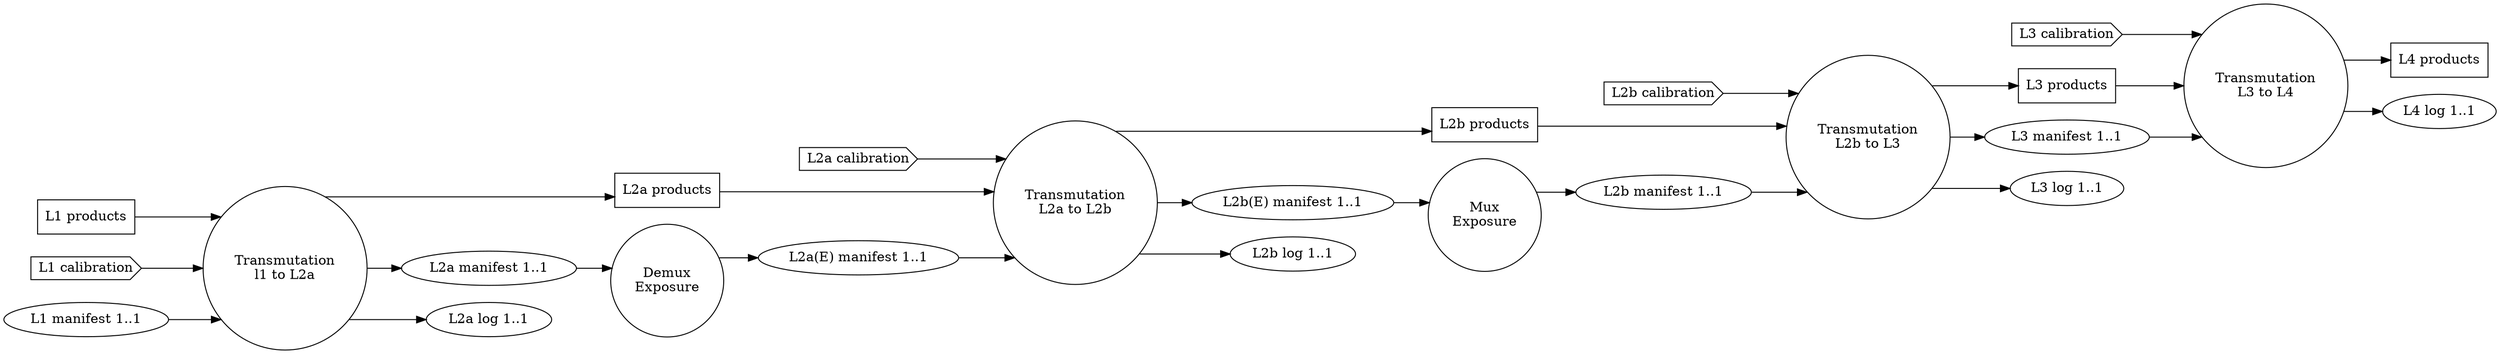
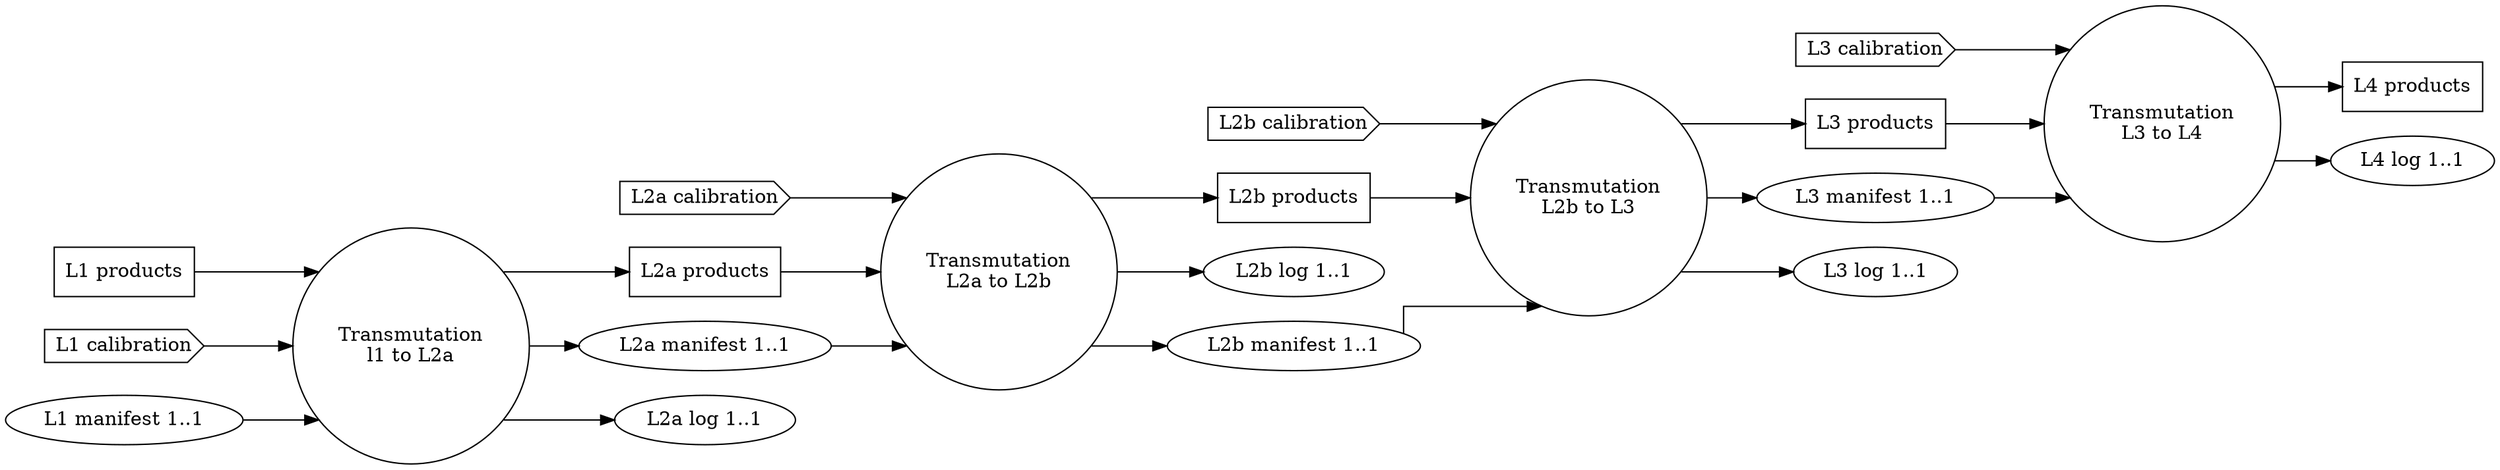
digraph AbstractDesign
{
  graph [splines="ortho", rankdir=LR];

  l1_l2a [label="Transmutation\nl1 to L2a", shape="circle"];
-   l2a_demux [label="Demux\nExposure" shape="circle"];
  l2a_l2b [label="Transmutation\nL2a to L2b", shape="circle"];
-   l2b_mux [label="Mux\nExposure", shape="circle"];
  l2b_l3 [label="Transmutation\nL2b to L3", shape="circle"];
  l3_l4 [label="Transmutation\nL3 to L4", shape="circle"];

  l1_data [label="L1 products", shape="rectangle"];
  l1_cal [label="L1 calibration", shape="cds"];
  l1_man [label="L1 manifest 1..1", shape="ellipse"];

  l2a_data [label="L2a products", shape="rectangle"];
  l2a_cal [label="L2a calibration", shape="cds"];
  l2a_man [label="L2a manifest 1..1", shape="ellipse"];
  l2a_log [label="L2a log 1..1", shape="ellipse"];

-   l2a_man_demux [label="L2a(E) manifest 1..1", shape="ellipse"];
- 
  l2b_data [label="L2b products", shape="rectangle"];
  l2b_cal [label="L2b calibration", shape="cds"];
-   l2b_man_demux [label="L2b(E) manifest 1..1", shape="ellipse"];
  l2b_log [label="L2b log 1..1", shape="ellipse"];

  l2b_man [label="L2b manifest 1..1", shape="ellipse"];

  l3_data [label="L3 products", shape="rectangle"];
  l3_cal [label="L3 calibration", shape="cds"];
  l3_man [label="L3 manifest 1..1", shape="ellipse"];
  l3_log [label="L3 log 1..1", shape="ellipse"];

  l4_data [label="L4 products", shape="rectangle"];
  l4_log [label="L4 log 1..1", shape="ellipse"];

  l1_cal -> l1_l2a;
  l1_data -> l1_l2a;
  l1_man -> l1_l2a;
  l1_l2a -> l2a_data;
  l1_l2a -> l2a_man;
  l1_l2a -> l2a_log;

  l2a_cal -> l2a_l2b;
  l2a_data -> l2a_l2b;

-   l2a_man -> l2a_demux;
-   l2a_demux -> l2a_man_demux;
-   l2a_man_demux -> l2a_l2b;
+   l2a_man -> l2a_l2b;

  l2a_l2b -> l2b_data;
-   l2a_l2b -> l2b_man_demux;
+   l2a_l2b -> l2b_man;
  l2a_l2b -> l2b_log;
- 
-   l2b_man_demux -> l2b_mux;
-   l2b_mux -> l2b_man;

  l2b_cal -> l2b_l3;
  l2b_data -> l2b_l3;
  l2b_man -> l2b_l3;
  l2b_l3 -> l3_data;
  l2b_l3 -> l3_man;
  l2b_l3 -> l3_log;

  l3_cal -> l3_l4;
  l3_data -> l3_l4;
  l3_man -> l3_l4;
  l3_l4 -> l4_data;
  l3_l4 -> l4_log;
}
